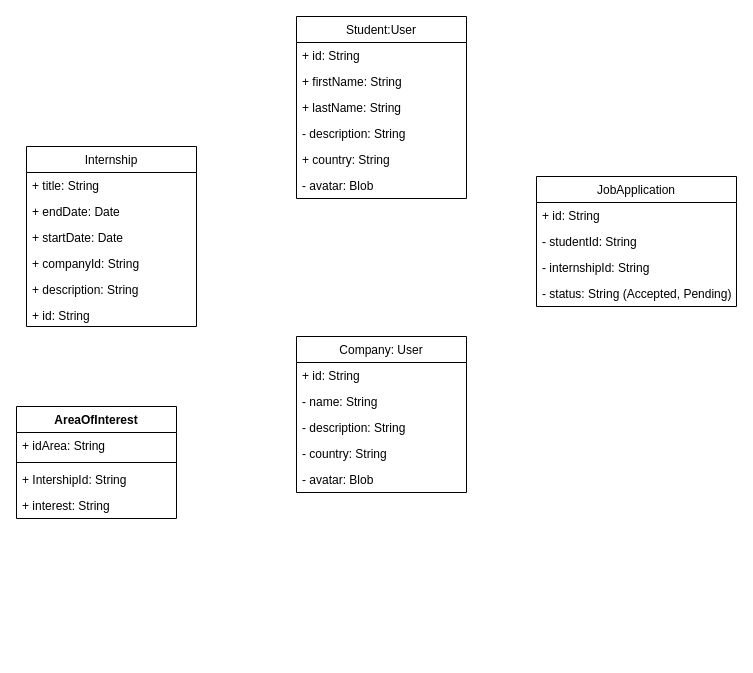
The draw.io diagram docs/class_diagram.drawio in Ami13F/InternLink, before the edit. Source tidied: cells renumbered, new cells numbered last; positions are measured from the earlier drawing's top-left corner, leaving out a move shared by most shapes. Both pictures are drawn from the tidied source at 100%, with x=0, y=0 at pixel (16, 16).
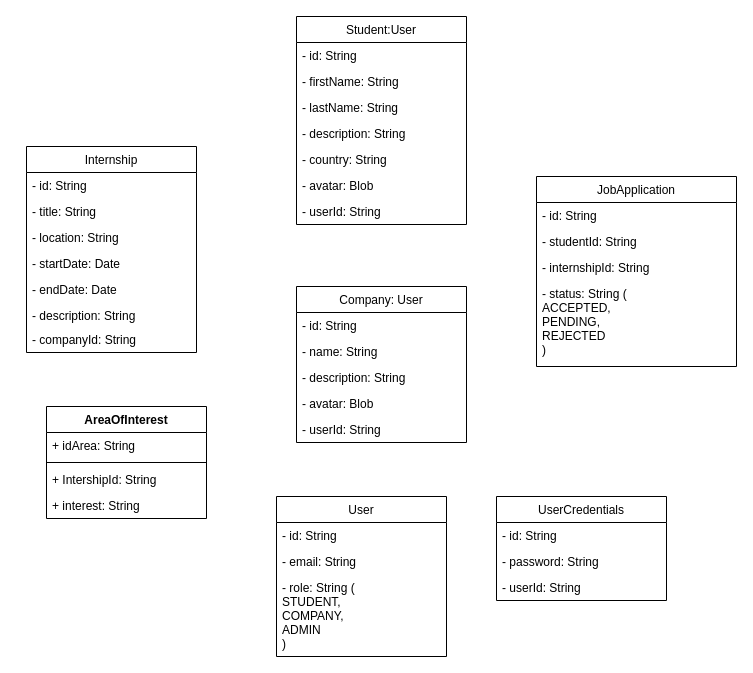
After the change.

Commit message:
[doc] Update class diagram

What changed in the source:
```diff
@@
     <mxCell id="2" value="Internship" style="swimlane;fontStyle=0;horizontal=1;startSize=26;fillColor=none;" parent="1" vertex="1">
-      <mxGeometry x="10" y="130" width="170" height="180" as="geometry" />
+      <mxGeometry x="10" y="130" width="170" height="206" as="geometry" />
     </mxCell>
+    <mxCell id="21" value="- id: String" style="text;strokeColor=none;fillColor=none;align=left;verticalAlign=top;spacingLeft=4;spacingRight=4;overflow=hidden;" parent="2" vertex="1">
+      <mxGeometry y="26" width="170" height="26" as="geometry" />
+    </mxCell>
-    <mxCell id="3" value="+ title: String" style="text;strokeColor=none;fillColor=none;align=left;verticalAlign=top;spacingLeft=4;spacingRight=4;overflow=hidden;" parent="2" vertex="1">
-      <mxGeometry y="26" width="170" height="26" as="geometry" />
+    <mxCell id="3" value="- title: String" style="text;strokeColor=none;fillColor=none;align=left;verticalAlign=top;spacingLeft=4;spacingRight=4;overflow=hidden;" parent="2" vertex="1">
+      <mxGeometry y="52" width="170" height="26" as="geometry" />
     </mxCell>
+    <mxCell id="19" value="- location: String" style="text;strokeColor=none;fillColor=none;align=left;verticalAlign=top;spacingLeft=4;spacingRight=4;overflow=hidden;" parent="2" vertex="1">
+      <mxGeometry y="78" width="170" height="26" as="geometry" />
+    </mxCell>
+    <mxCell id="5" value="- startDate: Date" style="text;strokeColor=none;fillColor=none;align=left;verticalAlign=top;spacingLeft=4;spacingRight=4;overflow=hidden;" parent="2" vertex="1">
+      <mxGeometry y="104" width="170" height="26" as="geometry" />
+    </mxCell>
-    <mxCell id="4" value="+ endDate: Date" style="text;strokeColor=none;fillColor=none;align=left;verticalAlign=top;spacingLeft=4;spacingRight=4;overflow=hidden;" parent="2" vertex="1">
-      <mxGeometry y="52" width="170" height="26" as="geometry" />
+    <mxCell id="4" value="- endDate: Date" style="text;strokeColor=none;fillColor=none;align=left;verticalAlign=top;spacingLeft=4;spacingRight=4;overflow=hidden;" parent="2" vertex="1">
+      <mxGeometry y="130" width="170" height="26" as="geometry" />
     </mxCell>
-    <mxCell id="5" value="+ startDate: Date" style="text;strokeColor=none;fillColor=none;align=left;verticalAlign=top;spacingLeft=4;spacingRight=4;overflow=hidden;" parent="2" vertex="1">
-      <mxGeometry y="78" width="170" height="26" as="geometry" />
-    </mxCell>
+    <mxCell id="7" value="- description: String" style="text;strokeColor=none;fillColor=none;align=left;verticalAlign=top;spacingLeft=4;spacingRight=4;overflow=hidden;" parent="2" vertex="1">
+      <mxGeometry y="156" width="170" height="24" as="geometry" />
+    </mxCell>
-    <mxCell id="6" value="+ companyId: String" style="text;strokeColor=none;fillColor=none;align=left;verticalAlign=top;spacingLeft=4;spacingRight=4;overflow=hidden;" parent="2" vertex="1">
-      <mxGeometry y="104" width="170" height="26" as="geometry" />
+    <mxCell id="6" value="- companyId: String" style="text;strokeColor=none;fillColor=none;align=left;verticalAlign=top;spacingLeft=4;spacingRight=4;overflow=hidden;" parent="2" vertex="1">
+      <mxGeometry y="180" width="170" height="26" as="geometry" />
     </mxCell>
-    <mxCell id="7" value="+ description: String" style="text;strokeColor=none;fillColor=none;align=left;verticalAlign=top;spacingLeft=4;spacingRight=4;overflow=hidden;" parent="2" vertex="1">
-      <mxGeometry y="130" width="170" height="50" as="geometry" />
-    </mxCell>
     <mxCell id="8" value="Student:User" style="swimlane;fontStyle=0;horizontal=1;startSize=26;fillColor=none;" parent="1" vertex="1">
-      <mxGeometry x="280" width="170" height="182" as="geometry" />
+      <mxGeometry x="280" width="170" height="208" as="geometry" />
     </mxCell>
-    <mxCell id="9" value="+ id: String" style="text;strokeColor=none;fillColor=none;align=left;verticalAlign=top;spacingLeft=4;spacingRight=4;overflow=hidden;" parent="8" vertex="1">
+    <mxCell id="9" value="- id: String" style="text;strokeColor=none;fillColor=none;align=left;verticalAlign=top;spacingLeft=4;spacingRight=4;overflow=hidden;" parent="8" vertex="1">
       <mxGeometry y="26" width="170" height="26" as="geometry" />
     </mxCell>
-    <mxCell id="10" value="+ firstName: String" style="text;strokeColor=none;fillColor=none;align=left;verticalAlign=top;spacingLeft=4;spacingRight=4;overflow=hidden;" parent="8" vertex="1">
+    <mxCell id="10" value="- firstName: String" style="text;strokeColor=none;fillColor=none;align=left;verticalAlign=top;spacingLeft=4;spacingRight=4;overflow=hidden;" parent="8" vertex="1">
       <mxGeometry y="52" width="170" height="26" as="geometry" />
     </mxCell>
-    <mxCell id="11" value="+ lastName: String" style="text;strokeColor=none;fillColor=none;align=left;verticalAlign=top;spacingLeft=4;spacingRight=4;overflow=hidden;" parent="8" vertex="1">
+    <mxCell id="11" value="- lastName: String" style="text;strokeColor=none;fillColor=none;align=left;verticalAlign=top;spacingLeft=4;spacingRight=4;overflow=hidden;" parent="8" vertex="1">
       <mxGeometry y="78" width="170" height="26" as="geometry" />
     </mxCell>
@@
-    <mxCell id="13" value="+ country: String" style="text;strokeColor=none;fillColor=none;align=left;verticalAlign=top;spacingLeft=4;spacingRight=4;overflow=hidden;" parent="8" vertex="1">
+    <mxCell id="13" value="- country: String" style="text;strokeColor=none;fillColor=none;align=left;verticalAlign=top;spacingLeft=4;spacingRight=4;overflow=hidden;" parent="8" vertex="1">
       <mxGeometry y="130" width="170" height="26" as="geometry" />
     </mxCell>
@@
+    <mxCell id="32" value="- userId: String" style="text;strokeColor=none;fillColor=none;align=left;verticalAlign=top;spacingLeft=4;spacingRight=4;overflow=hidden;" parent="8" vertex="1">
+      <mxGeometry y="182" width="170" height="26" as="geometry" />
+    </mxCell>
     <mxCell id="15" value="Company: User" style="swimlane;fontStyle=0;horizontal=1;startSize=26;fillColor=none;" parent="1" vertex="1">
-      <mxGeometry x="280" y="320" width="170" height="156" as="geometry" />
+      <mxGeometry x="280" y="270" width="170" height="156" as="geometry" />
     </mxCell>
-    <mxCell id="16" value="+ id: String" style="text;strokeColor=none;fillColor=none;align=left;verticalAlign=top;spacingLeft=4;spacingRight=4;overflow=hidden;" parent="15" vertex="1">
+    <mxCell id="16" value="- id: String" style="text;strokeColor=none;fillColor=none;align=left;verticalAlign=top;spacingLeft=4;spacingRight=4;overflow=hidden;" parent="15" vertex="1">
       <mxGeometry y="26" width="170" height="26" as="geometry" />
     </mxCell>
@@
-    <mxCell id="19" value="- country: String" style="text;strokeColor=none;fillColor=none;align=left;verticalAlign=top;spacingLeft=4;spacingRight=4;overflow=hidden;" parent="15" vertex="1">
-      <mxGeometry y="104" width="170" height="26" as="geometry" />
-    </mxCell>
     <mxCell id="20" value="- avatar: Blob" style="text;strokeColor=none;fillColor=none;align=left;verticalAlign=top;spacingLeft=4;spacingRight=4;overflow=hidden;" parent="15" vertex="1">
-      <mxGeometry y="130" width="170" height="26" as="geometry" />
+      <mxGeometry y="104" width="170" height="26" as="geometry" />
     </mxCell>
-    <mxCell id="21" value="+ id: String" style="text;strokeColor=none;fillColor=none;align=left;verticalAlign=top;spacingLeft=4;spacingRight=4;overflow=hidden;" parent="1" vertex="1">
-      <mxGeometry x="10" y="286" width="170" height="26" as="geometry" />
-    </mxCell>
+    <mxCell id="33" value="- userId: String" style="text;strokeColor=none;fillColor=none;align=left;verticalAlign=top;spacingLeft=4;spacingRight=4;overflow=hidden;" parent="15" vertex="1">
+      <mxGeometry y="130" width="170" height="26" as="geometry" />
+    </mxCell>
     <mxCell id="22" value="AreaOfInterest" style="swimlane;fontStyle=1;align=center;verticalAlign=top;horizontal=1;startSize=26;" parent="1" vertex="1">
-      <mxGeometry y="390" width="160" height="112" as="geometry" />
+      <mxGeometry x="30" y="390" width="160" height="112" as="geometry" />
     </mxCell>
@@
     <mxCell id="27" value="JobApplication" style="swimlane;fontStyle=0;horizontal=1;startSize=26;fillColor=none;" parent="1" vertex="1">
-      <mxGeometry x="520" y="160" width="200" height="130" as="geometry" />
+      <mxGeometry x="520" y="160" width="200" height="190" as="geometry" />
     </mxCell>
-    <mxCell id="28" value="+ id: String" style="text;strokeColor=none;fillColor=none;align=left;verticalAlign=top;spacingLeft=4;spacingRight=4;overflow=hidden;" parent="27" vertex="1">
+    <mxCell id="28" value="- id: String" style="text;strokeColor=none;fillColor=none;align=left;verticalAlign=top;spacingLeft=4;spacingRight=4;overflow=hidden;" parent="27" vertex="1">
       <mxGeometry y="26" width="200" height="26" as="geometry" />
     </mxCell>
@@
-    <mxCell id="31" value="- status: String (Accepted, Pending)" style="text;strokeColor=none;fillColor=none;align=left;verticalAlign=top;spacingLeft=4;spacingRight=4;overflow=hidden;" parent="27" vertex="1">
-      <mxGeometry y="104" width="200" height="26" as="geometry" />
+    <mxCell id="31" value="- status: String (&#10;ACCEPTED,&#10;PENDING,&#10;REJECTED&#10;)" style="text;strokeColor=none;fillColor=none;align=left;verticalAlign=top;spacingLeft=4;spacingRight=4;overflow=hidden;" parent="27" vertex="1">
+      <mxGeometry y="104" width="200" height="86" as="geometry" />
     </mxCell>
+    <mxCell id="34" value="UserCredentials" style="swimlane;fontStyle=0;horizontal=1;startSize=26;fillColor=none;" parent="1" vertex="1">
+      <mxGeometry x="480" y="480" width="170" height="104" as="geometry" />
+    </mxCell>
+    <mxCell id="35" value="- id: String" style="text;strokeColor=none;fillColor=none;align=left;verticalAlign=top;spacingLeft=4;spacingRight=4;overflow=hidden;" parent="34" vertex="1">
+      <mxGeometry y="26" width="170" height="26" as="geometry" />
+    </mxCell>
+    <mxCell id="36" value="- password: String" style="text;strokeColor=none;fillColor=none;align=left;verticalAlign=top;spacingLeft=4;spacingRight=4;overflow=hidden;" parent="34" vertex="1">
+      <mxGeometry y="52" width="170" height="26" as="geometry" />
+    </mxCell>
+    <mxCell id="37" value="- userId: String" style="text;strokeColor=none;fillColor=none;align=left;verticalAlign=top;spacingLeft=4;spacingRight=4;overflow=hidden;" parent="34" vertex="1">
+      <mxGeometry y="78" width="170" height="26" as="geometry" />
+    </mxCell>
+    <mxCell id="38" value="User" style="swimlane;fontStyle=0;horizontal=1;startSize=26;fillColor=none;" parent="1" vertex="1">
+      <mxGeometry x="260" y="480" width="170" height="160" as="geometry" />
+    </mxCell>
+    <mxCell id="39" value="- id: String" style="text;strokeColor=none;fillColor=none;align=left;verticalAlign=top;spacingLeft=4;spacingRight=4;overflow=hidden;" parent="38" vertex="1">
+      <mxGeometry y="26" width="170" height="26" as="geometry" />
+    </mxCell>
+    <mxCell id="40" value="- email: String" style="text;strokeColor=none;fillColor=none;align=left;verticalAlign=top;spacingLeft=4;spacingRight=4;overflow=hidden;" parent="38" vertex="1">
+      <mxGeometry y="52" width="170" height="26" as="geometry" />
+    </mxCell>
+    <mxCell id="41" value="- role: String (&#10;STUDENT,&#10;COMPANY,&#10;ADMIN&#10;)&#10;" style="text;strokeColor=none;fillColor=none;align=left;verticalAlign=top;spacingLeft=4;spacingRight=4;overflow=hidden;" parent="38" vertex="1">
+      <mxGeometry y="78" width="170" height="82" as="geometry" />
+    </mxCell>
```
